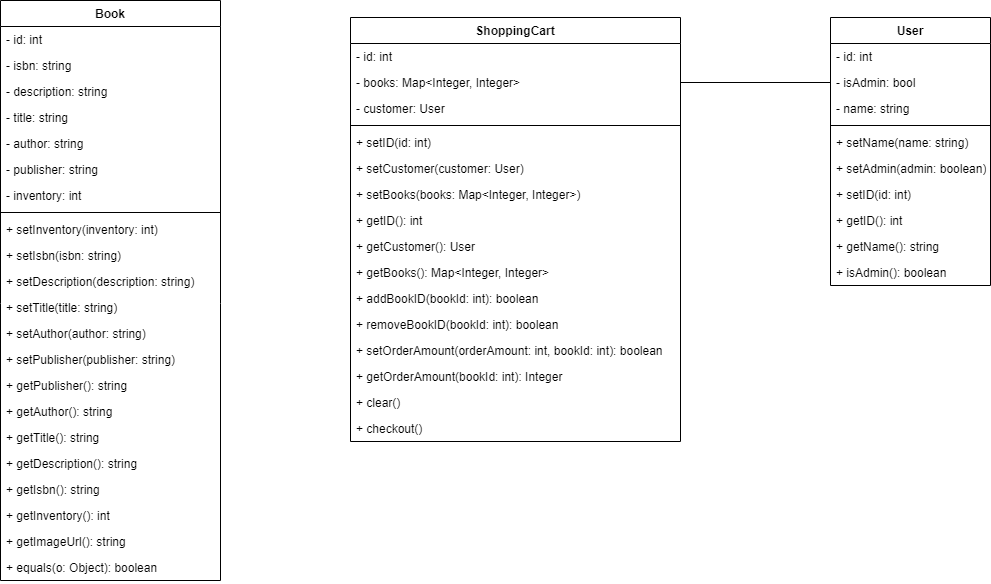
Above: doc/class_diagram.png in CarletonU-2223-SAV/SYSC4806-Project (draw.io), before the change. Source tidied: cells renumbered, new cells last; positions are measured from the earlier drawing's top-left corner, leaving out a move shared by most shapes.
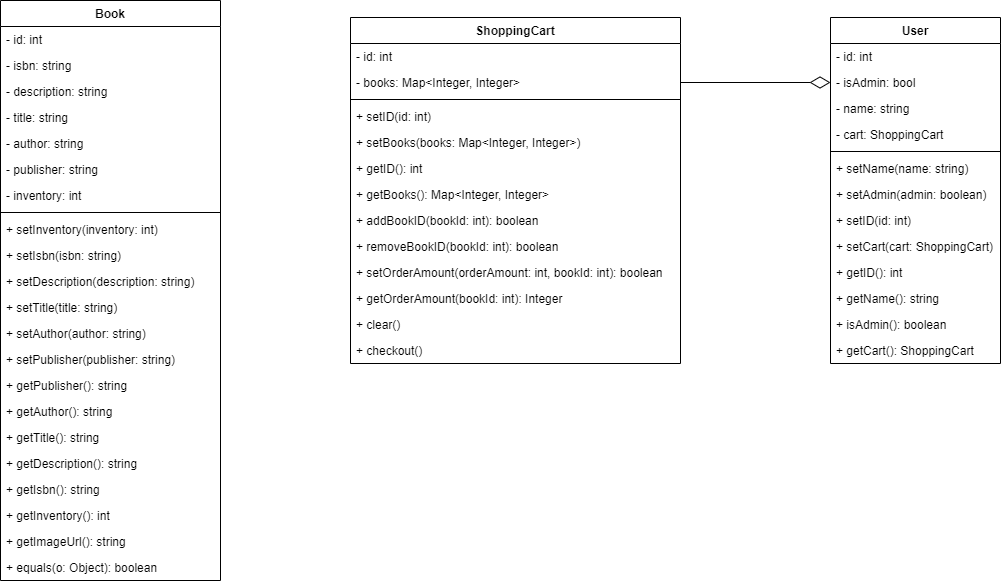
Later version of the same file.

Diff of the diagram source:
```diff
@@ -72,7 +72,7 @@
       <mxGeometry y="554" width="220" height="26" as="geometry" />
     </mxCell>
     <mxCell id="25" value="ShoppingCart" style="swimlane;fontStyle=1;align=center;verticalAlign=top;horizontal=1;startSize=26;" parent="1" vertex="1">
-      <mxGeometry x="350" y="17" width="330" height="424" as="geometry" />
+      <mxGeometry x="350" y="17" width="330" height="346" as="geometry" />
     </mxCell>
     <mxCell id="26" value="- id: int" style="text;strokeColor=none;fillColor=none;align=left;verticalAlign=top;spacingLeft=4;spacingRight=4;overflow=hidden;" parent="25" vertex="1">
       <mxGeometry y="26" width="330" height="26" as="geometry" />
@@ -80,82 +80,82 @@
     <mxCell id="27" value="- books: Map&lt;Integer, Integer&gt;" style="text;strokeColor=none;fillColor=none;align=left;verticalAlign=top;spacingLeft=4;spacingRight=4;overflow=hidden;points=[[0,0.5],[1,0.5]];portConstraint=eastwest;" parent="25" vertex="1">
       <mxGeometry y="52" width="330" height="26" as="geometry" />
     </mxCell>
-    <mxCell id="28" value="- customer: User" style="text;strokeColor=none;fillColor=none;align=left;verticalAlign=top;spacingLeft=4;spacingRight=4;overflow=hidden;" parent="25" vertex="1">
-      <mxGeometry y="78" width="330" height="26" as="geometry" />
-    </mxCell>
     <mxCell id="29" style="line;strokeWidth=1;fillColor=none;align=left;verticalAlign=middle;spacingTop=-1;spacingLeft=3;spacingRight=3;labelPosition=right;" parent="25" vertex="1">
-      <mxGeometry y="104" width="330" height="8" as="geometry" />
+      <mxGeometry y="78" width="330" height="8" as="geometry" />
     </mxCell>
     <mxCell id="30" value="+ setID(id: int)" style="text;strokeColor=none;fillColor=none;align=left;verticalAlign=top;spacingLeft=4;spacingRight=4;overflow=hidden;" parent="25" vertex="1">
-      <mxGeometry y="112" width="330" height="26" as="geometry" />
+      <mxGeometry y="86" width="330" height="26" as="geometry" />
     </mxCell>
-    <mxCell id="31" value="+ setCustomer(customer: User)" style="text;strokeColor=none;fillColor=none;align=left;verticalAlign=top;spacingLeft=4;spacingRight=4;overflow=hidden;" parent="25" vertex="1">
-      <mxGeometry y="138" width="330" height="26" as="geometry" />
-    </mxCell>
     <mxCell id="32" value="+ setBooks(books: Map&lt;Integer, Integer&gt;)" style="text;strokeColor=none;fillColor=none;align=left;verticalAlign=top;spacingLeft=4;spacingRight=4;overflow=hidden;" parent="25" vertex="1">
-      <mxGeometry y="164" width="330" height="26" as="geometry" />
+      <mxGeometry y="112" width="330" height="26" as="geometry" />
     </mxCell>
     <mxCell id="33" value="+ getID(): int" style="text;strokeColor=none;fillColor=none;align=left;verticalAlign=top;spacingLeft=4;spacingRight=4;overflow=hidden;" parent="25" vertex="1">
-      <mxGeometry y="190" width="330" height="26" as="geometry" />
+      <mxGeometry y="138" width="330" height="26" as="geometry" />
     </mxCell>
-    <mxCell id="34" value="+ getCustomer(): User" style="text;strokeColor=none;fillColor=none;align=left;verticalAlign=top;spacingLeft=4;spacingRight=4;overflow=hidden;" parent="25" vertex="1">
-      <mxGeometry y="216" width="330" height="26" as="geometry" />
-    </mxCell>
     <mxCell id="35" value="+ getBooks(): Map&lt;Integer, Integer&gt;" style="text;strokeColor=none;fillColor=none;align=left;verticalAlign=top;spacingLeft=4;spacingRight=4;overflow=hidden;" parent="25" vertex="1">
-      <mxGeometry y="242" width="330" height="26" as="geometry" />
+      <mxGeometry y="164" width="330" height="26" as="geometry" />
     </mxCell>
     <mxCell id="36" value="+ addBookID(bookId: int): boolean" style="text;strokeColor=none;fillColor=none;align=left;verticalAlign=top;spacingLeft=4;spacingRight=4;overflow=hidden;" parent="25" vertex="1">
-      <mxGeometry y="268" width="330" height="26" as="geometry" />
+      <mxGeometry y="190" width="330" height="26" as="geometry" />
     </mxCell>
     <mxCell id="37" value="+ removeBookID(bookId: int): boolean" style="text;strokeColor=none;fillColor=none;align=left;verticalAlign=top;spacingLeft=4;spacingRight=4;overflow=hidden;" parent="25" vertex="1">
-      <mxGeometry y="294" width="330" height="26" as="geometry" />
+      <mxGeometry y="216" width="330" height="26" as="geometry" />
     </mxCell>
     <mxCell id="38" value="+ setOrderAmount(orderAmount: int, bookId: int): boolean" style="text;strokeColor=none;fillColor=none;align=left;verticalAlign=top;spacingLeft=4;spacingRight=4;overflow=hidden;" parent="25" vertex="1">
-      <mxGeometry y="320" width="330" height="26" as="geometry" />
+      <mxGeometry y="242" width="330" height="26" as="geometry" />
     </mxCell>
     <mxCell id="39" value="+ getOrderAmount(bookId: int): Integer" style="text;strokeColor=none;fillColor=none;align=left;verticalAlign=top;spacingLeft=4;spacingRight=4;overflow=hidden;" parent="25" vertex="1">
-      <mxGeometry y="346" width="330" height="26" as="geometry" />
+      <mxGeometry y="268" width="330" height="26" as="geometry" />
     </mxCell>
     <mxCell id="40" value="+ clear()" style="text;strokeColor=none;fillColor=none;align=left;verticalAlign=top;spacingLeft=4;spacingRight=4;overflow=hidden;" parent="25" vertex="1">
-      <mxGeometry y="372" width="330" height="26" as="geometry" />
+      <mxGeometry y="294" width="330" height="26" as="geometry" />
     </mxCell>
     <mxCell id="41" value="+ checkout()" style="text;strokeColor=none;fillColor=none;align=left;verticalAlign=top;spacingLeft=4;spacingRight=4;overflow=hidden;" parent="25" vertex="1">
-      <mxGeometry y="398" width="330" height="26" as="geometry" />
+      <mxGeometry y="320" width="330" height="26" as="geometry" />
     </mxCell>
     <mxCell id="42" value="User" style="swimlane;fontStyle=1;align=center;verticalAlign=top;horizontal=1;startSize=26;" parent="1" vertex="1">
-      <mxGeometry x="830" y="17" width="160" height="268" as="geometry" />
+      <mxGeometry x="830" y="17" width="170" height="346" as="geometry" />
     </mxCell>
     <mxCell id="43" value="- id: int" style="text;strokeColor=none;fillColor=none;align=left;verticalAlign=top;spacingLeft=4;spacingRight=4;overflow=hidden;" parent="42" vertex="1">
-      <mxGeometry y="26" width="160" height="26" as="geometry" />
+      <mxGeometry y="26" width="170" height="26" as="geometry" />
     </mxCell>
     <mxCell id="44" value="- isAdmin: bool" style="text;strokeColor=none;fillColor=none;align=left;verticalAlign=top;spacingLeft=4;spacingRight=4;overflow=hidden;points=[[0,0.5],[1,0.5]];portConstraint=eastwest;" parent="42" vertex="1">
-      <mxGeometry y="52" width="160" height="26" as="geometry" />
+      <mxGeometry y="52" width="170" height="26" as="geometry" />
     </mxCell>
     <mxCell id="45" value="- name: string" style="text;strokeColor=none;fillColor=none;align=left;verticalAlign=top;spacingLeft=4;spacingRight=4;overflow=hidden;" parent="42" vertex="1">
-      <mxGeometry y="78" width="160" height="26" as="geometry" />
+      <mxGeometry y="78" width="170" height="26" as="geometry" />
     </mxCell>
+    <mxCell id="54" value="- cart: ShoppingCart" style="text;strokeColor=none;fillColor=none;align=left;verticalAlign=top;spacingLeft=4;spacingRight=4;overflow=hidden;" parent="42" vertex="1">
+      <mxGeometry y="104" width="170" height="26" as="geometry" />
+    </mxCell>
     <mxCell id="46" style="line;strokeWidth=1;fillColor=none;align=left;verticalAlign=middle;spacingTop=-1;spacingLeft=3;spacingRight=3;labelPosition=right;" parent="42" vertex="1">
-      <mxGeometry y="104" width="160" height="8" as="geometry" />
+      <mxGeometry y="130" width="170" height="8" as="geometry" />
     </mxCell>
     <mxCell id="47" value="+ setName(name: string)" style="text;strokeColor=none;fillColor=none;align=left;verticalAlign=top;spacingLeft=4;spacingRight=4;overflow=hidden;" parent="42" vertex="1">
-      <mxGeometry y="112" width="160" height="26" as="geometry" />
+      <mxGeometry y="138" width="170" height="26" as="geometry" />
     </mxCell>
     <mxCell id="48" value="+ setAdmin(admin: boolean)" style="text;strokeColor=none;fillColor=none;align=left;verticalAlign=top;spacingLeft=4;spacingRight=4;overflow=hidden;" parent="42" vertex="1">
-      <mxGeometry y="138" width="160" height="26" as="geometry" />
+      <mxGeometry y="164" width="170" height="26" as="geometry" />
     </mxCell>
     <mxCell id="49" value="+ setID(id: int)" style="text;strokeColor=none;fillColor=none;align=left;verticalAlign=top;spacingLeft=4;spacingRight=4;overflow=hidden;" parent="42" vertex="1">
-      <mxGeometry y="164" width="160" height="26" as="geometry" />
+      <mxGeometry y="190" width="170" height="26" as="geometry" />
     </mxCell>
+    <mxCell id="55" value="+ setCart(cart: ShoppingCart)" style="text;strokeColor=none;fillColor=none;align=left;verticalAlign=top;spacingLeft=4;spacingRight=4;overflow=hidden;" parent="42" vertex="1">
+      <mxGeometry y="216" width="170" height="26" as="geometry" />
+    </mxCell>
     <mxCell id="50" value="+ getID(): int" style="text;strokeColor=none;fillColor=none;align=left;verticalAlign=top;spacingLeft=4;spacingRight=4;overflow=hidden;" parent="42" vertex="1">
-      <mxGeometry y="190" width="160" height="26" as="geometry" />
+      <mxGeometry y="242" width="170" height="26" as="geometry" />
     </mxCell>
     <mxCell id="51" value="+ getName(): string" style="text;strokeColor=none;fillColor=none;align=left;verticalAlign=top;spacingLeft=4;spacingRight=4;overflow=hidden;" parent="42" vertex="1">
-      <mxGeometry y="216" width="160" height="26" as="geometry" />
+      <mxGeometry y="268" width="170" height="26" as="geometry" />
     </mxCell>
     <mxCell id="52" value="+ isAdmin(): boolean" style="text;strokeColor=none;fillColor=none;align=left;verticalAlign=top;spacingLeft=4;spacingRight=4;overflow=hidden;" parent="42" vertex="1">
-      <mxGeometry y="242" width="160" height="26" as="geometry" />
+      <mxGeometry y="294" width="170" height="26" as="geometry" />
     </mxCell>
+    <mxCell id="56" value="+ getCart(): ShoppingCart" style="text;strokeColor=none;fillColor=none;align=left;verticalAlign=top;spacingLeft=4;spacingRight=4;overflow=hidden;" parent="42" vertex="1">
+      <mxGeometry y="320" width="170" height="26" as="geometry" />
+    </mxCell>
-    <mxCell id="53" style="edgeStyle=orthogonalEdgeStyle;rounded=0;jettySize=auto;html=1;exitX=1;exitY=0.5;exitDx=0;exitDy=0;entryX=0;entryY=0.5;entryDx=0;entryDy=0;endArrow=none;endFill=0;" parent="1" edge="1" source="27" target="44">
+    <mxCell id="53" style="edgeStyle=orthogonalEdgeStyle;rounded=0;jettySize=auto;html=1;exitX=1;exitY=0.5;exitDx=0;exitDy=0;entryX=0;entryY=0.5;entryDx=0;entryDy=0;endArrow=diamondThin;endFill=0;startArrow=none;startFill=0;fontSize=21;strokeWidth=1;endSize=18;targetPerimeterSpacing=0;startSize=6;" parent="1" edge="1" source="27" target="44">
       <mxGeometry relative="1" as="geometry" />
     </mxCell>
   </root>
```
